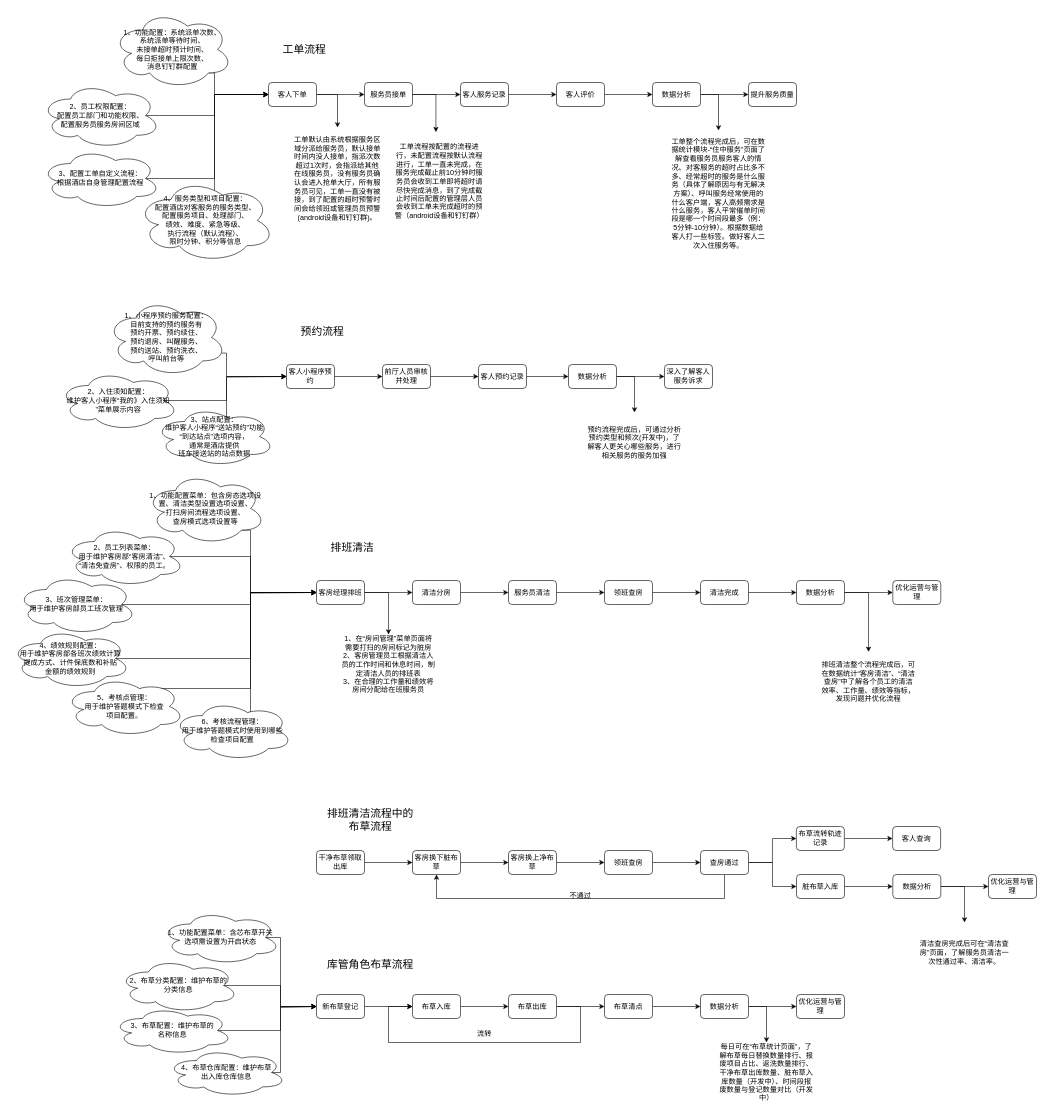
daniel-7d/draw keeps this draw.io diagram as xzzh/服务管家培训讲解流程图.drawio. Above is the earlier version. Source tidied: cells renumbered, new cells numbered last; positions are measured from the earlier drawing's top-left corner, leaving out a move shared by most shapes. Both pictures are drawn from the tidied source at 60%, with x=0, y=0 at pixel (10, 10).
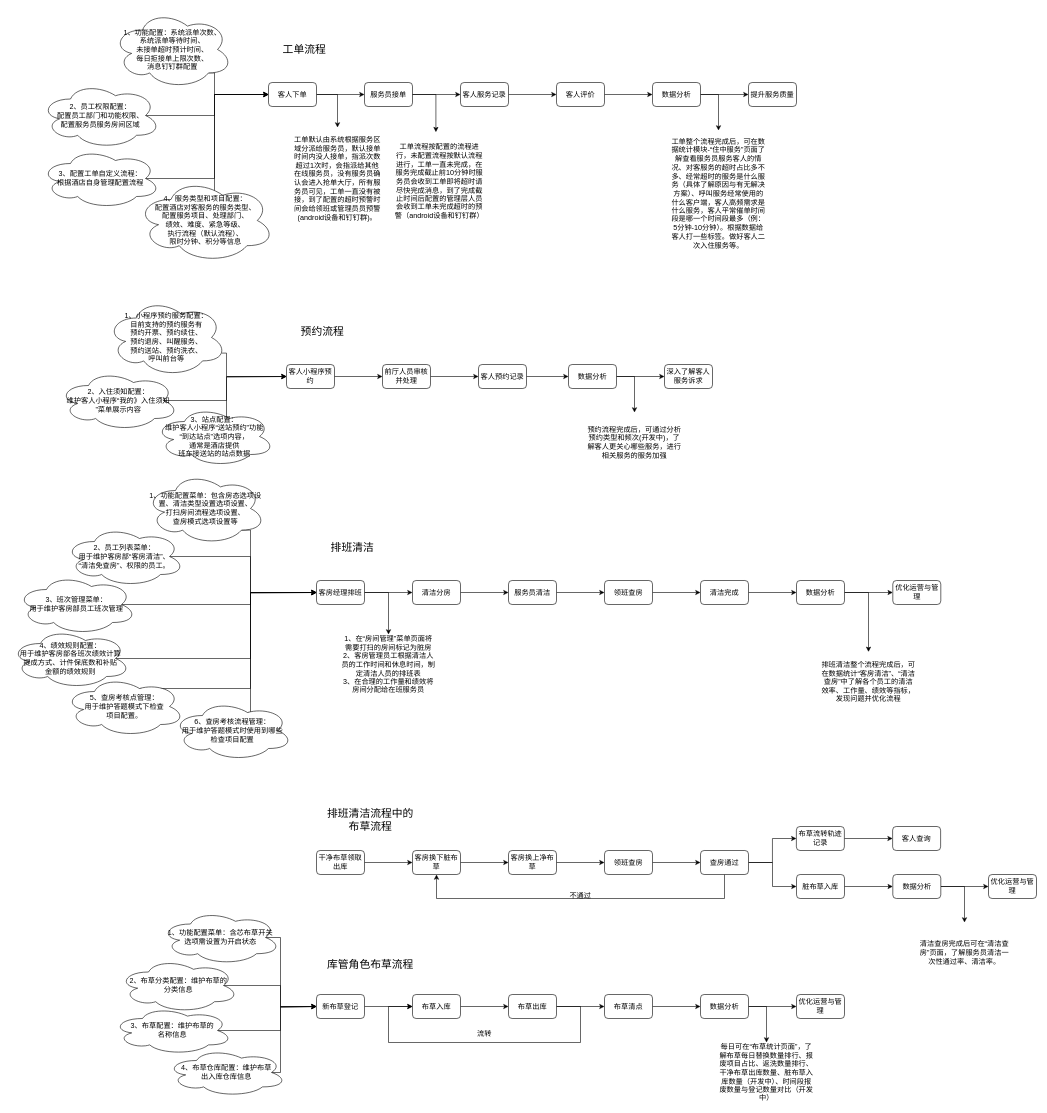
The same diagram, later.

Commit message:
更新服务管家培训讲解流程图.drawio

What changed in the source:
```diff
@@
-    <mxCell id="63" value="5、考核点管理：&lt;br&gt;用于维护答题模式下检查&lt;br&gt;项目配置。" style="ellipse;shape=cloud;whiteSpace=wrap;html=1;" parent="1" vertex="1">
+    <mxCell id="63" value="5、查房考核点管理：&lt;br&gt;用于维护答题模式下检查&lt;br&gt;项目配置。" style="ellipse;shape=cloud;whiteSpace=wrap;html=1;" parent="1" vertex="1">
       <mxGeometry x="90" y="1110" width="200" height="100" as="geometry" />
     </mxCell>
@@
-    <mxCell id="65" value="6、考核流程管理：&lt;br&gt;用于维护答题模式时使用到哪些&lt;br&gt;检查项目配置" style="ellipse;shape=cloud;whiteSpace=wrap;html=1;" parent="1" vertex="1">
+    <mxCell id="65" value="6、查房考核流程管理：&lt;br&gt;用于维护答题模式时使用到哪些&lt;br&gt;检查项目配置" style="ellipse;shape=cloud;whiteSpace=wrap;html=1;" parent="1" vertex="1">
       <mxGeometry x="270" y="1150" width="200" height="100" as="geometry" />
     </mxCell>
```
